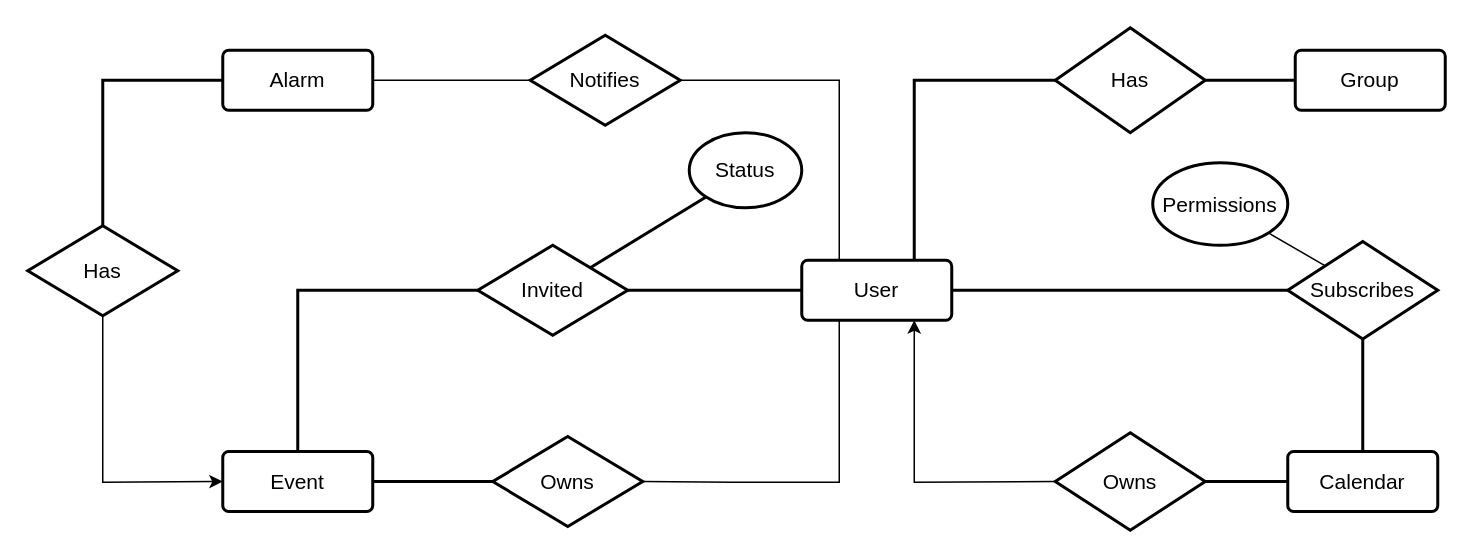
This is ER.drawio from iLostMyEyes/comp3311-ass1, a draw.io file, before an edit. Source tidied: cells renumbered, new cells numbered last; positions are measured from the earlier drawing's top-left corner, leaving out a move shared by most shapes. Both pictures are drawn from the tidied source at 150%, with x=0, y=0 at pixel (27, 27).
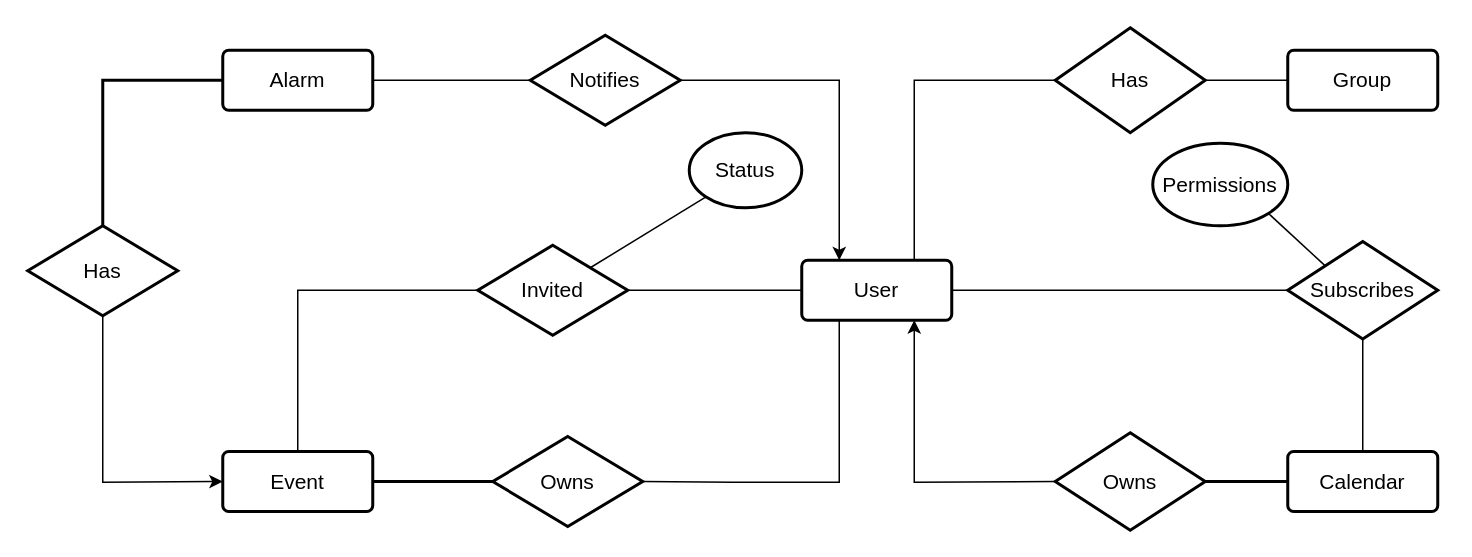
The same diagram, later.

Unchanged cells that the change refers to:
```xml
<mxCell id="7" value="User" style="strokeWidth=2;rounded=1;arcSize=10;whiteSpace=wrap;html=1;align=center;fontSize=14;" parent="1" vertex="1">
  <mxGeometry x="516" y="155" width="100" height="40" as="geometry" />
</mxCell>
<mxCell id="8" value="Alarm" style="strokeWidth=2;rounded=1;arcSize=10;whiteSpace=wrap;html=1;align=center;fontSize=14;" parent="1" vertex="1">
  <mxGeometry x="130" y="15" width="100" height="40" as="geometry" />
</mxCell>
<mxCell id="9" value="Calendar" style="strokeWidth=2;rounded=1;arcSize=10;whiteSpace=wrap;html=1;align=center;fontSize=14;" parent="1" vertex="1">
  <mxGeometry x="840" y="282.5" width="100" height="40" as="geometry" />
</mxCell>
<mxCell id="11" value="Event" style="strokeWidth=2;rounded=1;arcSize=10;whiteSpace=wrap;html=1;align=center;fontSize=14;" parent="1" vertex="1">
  <mxGeometry x="130" y="282.5" width="100" height="40" as="geometry" />
</mxCell>
<mxCell id="13" value="Has" style="shape=rhombus;strokeWidth=2;fontSize=17;perimeter=rhombusPerimeter;whiteSpace=wrap;html=1;align=center;fontSize=14;" parent="1" vertex="1">
  <mxGeometry x="685" width="100" height="70" as="geometry" />
</mxCell>
<mxCell id="16" value="Subscribes" style="shape=rhombus;strokeWidth=2;fontSize=17;perimeter=rhombusPerimeter;whiteSpace=wrap;html=1;align=center;fontSize=14;" parent="1" vertex="1">
  <mxGeometry x="840" y="142.5" width="100" height="65" as="geometry" />
</mxCell>
<mxCell id="23" value="Invited" style="shape=rhombus;strokeWidth=2;fontSize=17;perimeter=rhombusPerimeter;whiteSpace=wrap;html=1;align=center;fontSize=14;" parent="1" vertex="1">
  <mxGeometry x="300" y="145" width="100" height="60" as="geometry" />
</mxCell>
<mxCell id="24" value="Status" style="ellipse;whiteSpace=wrap;html=1;strokeWidth=2;fontSize=14;" parent="1" vertex="1">
  <mxGeometry x="441" y="70" width="75" height="50" as="geometry" />
</mxCell>
<mxCell id="26" value="Notifies" style="shape=rhombus;strokeWidth=2;fontSize=17;perimeter=rhombusPerimeter;whiteSpace=wrap;html=1;align=center;fontSize=14;" parent="1" vertex="1">
  <mxGeometry x="335" y="5" width="100" height="60" as="geometry" />
</mxCell>
```

The edit, as a diff of the source:
```diff
@@
-    <mxCell id="3" style="edgeStyle=none;rounded=0;jettySize=auto;html=1;exitX=0.75;exitY=0;exitDx=0;exitDy=0;entryX=0;entryY=0.5;entryDx=0;entryDy=0;endArrow=none;endFill=0;strokeWidth=2;fontSize=14;" parent="1" edge="1" source="7" target="13">
+    <mxCell id="3" style="edgeStyle=none;rounded=0;jettySize=auto;html=1;exitX=0.75;exitY=0;exitDx=0;exitDy=0;entryX=0;entryY=0.5;entryDx=0;entryDy=0;endArrow=none;endFill=0;strokeWidth=1;fontSize=14;" parent="1" edge="1" source="7" target="13">
       <mxGeometry relative="1" as="geometry">
         <Array as="points">
           <mxPoint x="591" y="35" />
         </Array>
       </mxGeometry>
     </mxCell>
-    <mxCell id="4" style="edgeStyle=none;rounded=0;jettySize=auto;html=1;exitX=0.25;exitY=0;exitDx=0;exitDy=0;entryX=1;entryY=0.5;entryDx=0;entryDy=0;endArrow=none;endFill=0;strokeWidth=1;fontSize=14;" parent="1" edge="1" source="7" target="26">
+    <mxCell id="4" style="edgeStyle=none;rounded=0;jettySize=auto;html=1;exitX=0.25;exitY=0;exitDx=0;exitDy=0;entryX=1;entryY=0.5;entryDx=0;entryDy=0;endArrow=none;endFill=0;strokeWidth=1;fontSize=14;startArrow=classic;startFill=1;" parent="1" edge="1" source="7" target="26">
       <mxGeometry relative="1" as="geometry">
         <Array as="points">
           <mxPoint x="541" y="35" />
         </Array>
       </mxGeometry>
     </mxCell>
-    <mxCell id="5" style="edgeStyle=none;rounded=0;jettySize=auto;html=1;exitX=0;exitY=0.5;exitDx=0;exitDy=0;entryX=1;entryY=0.5;entryDx=0;entryDy=0;endArrow=none;endFill=0;strokeWidth=2;fontSize=14;" parent="1" edge="1" source="7" target="23">
+    <mxCell id="5" style="edgeStyle=none;rounded=0;jettySize=auto;html=1;exitX=0;exitY=0.5;exitDx=0;exitDy=0;entryX=1;entryY=0.5;entryDx=0;entryDy=0;endArrow=none;endFill=0;strokeWidth=1;fontSize=14;" parent="1" edge="1" source="7" target="23">
       <mxGeometry relative="1" as="geometry" />
     </mxCell>
-    <mxCell id="6" style="edgeStyle=none;rounded=0;jettySize=auto;html=1;exitX=1;exitY=0.5;exitDx=0;exitDy=0;entryX=0;entryY=0.5;entryDx=0;entryDy=0;endArrow=none;endFill=0;strokeWidth=2;fontSize=14;" parent="1" edge="1" source="7" target="16">
+    <mxCell id="6" style="edgeStyle=none;rounded=0;jettySize=auto;html=1;exitX=1;exitY=0.5;exitDx=0;exitDy=0;entryX=0;entryY=0.5;entryDx=0;entryDy=0;endArrow=none;endFill=0;strokeWidth=1;fontSize=14;" parent="1" edge="1" source="7" target="16">
       <mxGeometry relative="1" as="geometry" />
     </mxCell>
@@
     <mxCell id="10" value="Group" style="strokeWidth=2;rounded=1;arcSize=10;whiteSpace=wrap;html=1;align=center;fontSize=14;" parent="1" vertex="1">
-      <mxGeometry x="845" y="15" width="100" height="40" as="geometry" />
+      <mxGeometry x="840" y="15" width="100" height="40" as="geometry" />
     </mxCell>
@@
-    <mxCell id="12" style="edgeStyle=orthogonalEdgeStyle;rounded=0;jettySize=auto;html=1;exitX=1;exitY=0.5;exitDx=0;exitDy=0;entryX=0;entryY=0.5;entryDx=0;entryDy=0;endArrow=none;endFill=0;strokeWidth=2;" parent="1" edge="1" source="13" target="10">
+    <mxCell id="12" style="edgeStyle=orthogonalEdgeStyle;rounded=0;jettySize=auto;html=1;exitX=1;exitY=0.5;exitDx=0;exitDy=0;entryX=0;entryY=0.5;entryDx=0;entryDy=0;endArrow=none;endFill=0;strokeWidth=1;" parent="1" edge="1" source="13" target="10">
       <mxGeometry relative="1" as="geometry" />
     </mxCell>
@@
-    <mxCell id="15" style="edgeStyle=none;rounded=0;jettySize=auto;html=1;exitX=0.5;exitY=1;exitDx=0;exitDy=0;entryX=0.5;entryY=0;entryDx=0;entryDy=0;endArrow=none;endFill=0;strokeWidth=2;fontSize=14;" parent="1" edge="1" source="16" target="9">
+    <mxCell id="15" style="edgeStyle=none;rounded=0;jettySize=auto;html=1;exitX=0.5;exitY=1;exitDx=0;exitDy=0;entryX=0.5;entryY=0;entryDx=0;entryDy=0;endArrow=none;endFill=0;strokeWidth=1;fontSize=14;" parent="1" edge="1" source="16" target="9">
       <mxGeometry relative="1" as="geometry" />
     </mxCell>
@@
     <mxCell id="20" value="Permissions" style="ellipse;whiteSpace=wrap;html=1;strokeWidth=2;fontSize=14;" parent="1" vertex="1">
-      <mxGeometry x="750" y="90" width="90" height="55" as="geometry" />
+      <mxGeometry x="750" y="77" width="90" height="55" as="geometry" />
     </mxCell>
-    <mxCell id="21" style="edgeStyle=none;rounded=0;jettySize=auto;html=1;exitX=0;exitY=0.5;exitDx=0;exitDy=0;entryX=0.5;entryY=0;entryDx=0;entryDy=0;endArrow=none;endFill=0;strokeWidth=2;fontSize=14;" parent="1" edge="1" source="23" target="11">
+    <mxCell id="21" style="edgeStyle=none;rounded=0;jettySize=auto;html=1;exitX=0;exitY=0.5;exitDx=0;exitDy=0;entryX=0.5;entryY=0;entryDx=0;entryDy=0;endArrow=none;endFill=0;strokeWidth=1;fontSize=14;" parent="1" edge="1" source="23" target="11">
       <mxGeometry relative="1" as="geometry">
         <Array as="points">
           <mxPoint x="180" y="175" />
           <mxPoint x="180" y="235" />
         </Array>
       </mxGeometry>
     </mxCell>
-    <mxCell id="22" style="edgeStyle=none;rounded=0;jettySize=auto;html=1;exitX=1;exitY=0;exitDx=0;exitDy=0;entryX=0;entryY=1;entryDx=0;entryDy=0;endArrow=none;endFill=0;strokeWidth=2;fontSize=14;" parent="1" edge="1" source="23" target="24">
+    <mxCell id="22" style="edgeStyle=none;rounded=0;jettySize=auto;html=1;exitX=1;exitY=0;exitDx=0;exitDy=0;entryX=0;entryY=1;entryDx=0;entryDy=0;endArrow=none;endFill=0;strokeWidth=1;fontSize=14;" parent="1" edge="1" source="23" target="24">
       <mxGeometry relative="1" as="geometry" />
     </mxCell>
@@
-    <mxCell id="25" style="edgeStyle=none;rounded=0;jettySize=auto;html=1;exitX=0;exitY=0.5;exitDx=0;exitDy=0;entryX=1;entryY=0.5;entryDx=0;entryDy=0;endArrow=none;endFill=0;strokeWidth=1;fontSize=14;" parent="1" edge="1" source="26" target="8">
+    <mxCell id="25" style="edgeStyle=none;rounded=0;jettySize=auto;html=1;exitX=0;exitY=0.5;exitDx=0;exitDy=0;entryX=1;entryY=0.5;entryDx=0;entryDy=0;endArrow=none;endFill=0;strokeWidth=1;fontSize=14;startArrow=none;startFill=0;" parent="1" edge="1" source="26" target="8">
       <mxGeometry relative="1" as="geometry" />
     </mxCell>
```
